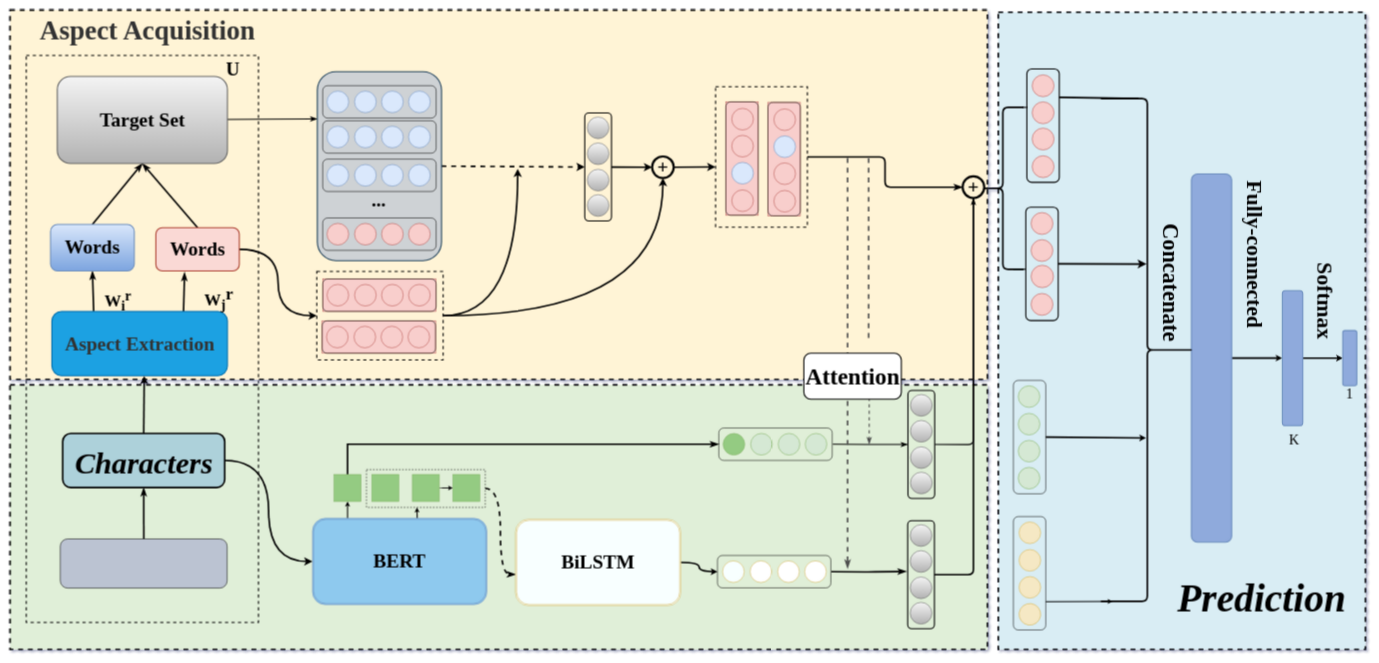
The draw.io diagram page "模型" (1 of 2) of 模型.drawio in SiMlLeSYF/new, before the edit. Source tidied: cells renumbered, new cells numbered last; positions are measured from the earlier drawing's top-left corner, leaving out a move shared by most shapes. Both pictures are drawn from the tidied source at 54%, with x=0, y=0 at pixel (10, 10).
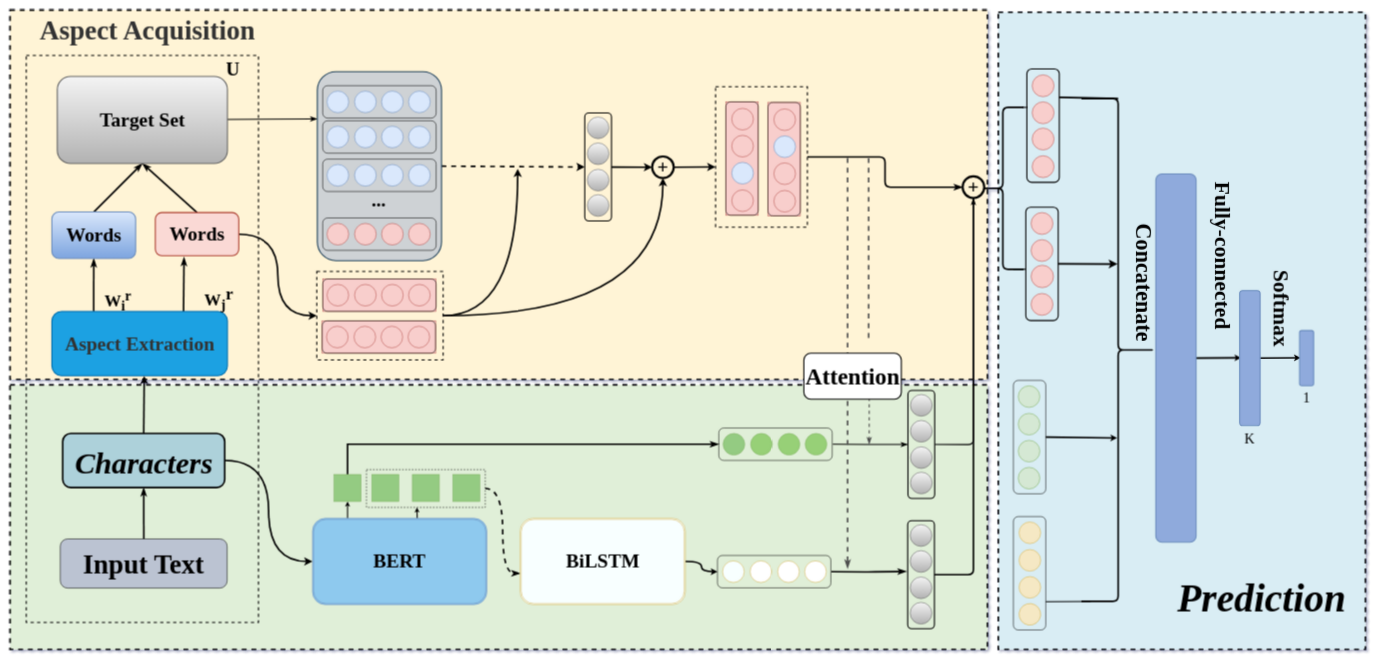
The same diagram, later.

The change refers to these unchanged cells:
```xml
<mxCell id="45" style="rounded=1;whiteSpace=wrap;html=1;fontFamily=Times New Roman;fontSize=36;strokeWidth=2;fillColor=none;strokeColor=#000000;" parent="44" vertex="1">
  <mxGeometry y="-1" width="60" height="210" as="geometry" />
</mxCell>
<mxCell id="70" style="rounded=1;whiteSpace=wrap;html=1;fontSize=24;fillColor=none;rotation=90;" parent="64" vertex="1">
  <mxGeometry x="-75" y="75" width="210" height="60" as="geometry" />
</mxCell>
<mxCell id="103" style="group;" parent="101" vertex="1">
  <mxGeometry x="8" y="10" width="191" height="40" as="geometry" />
</mxCell>
<mxCell id="149" style="rounded=0;whiteSpace=wrap;html=1;fontSize=24;fillColor=#94CB82;strokeColor=#82b366;" parent="1" vertex="1">
  <mxGeometry x="745" y="860" width="50" height="50" as="geometry" />
</mxCell>
<mxCell id="150" style="rounded=0;whiteSpace=wrap;html=1;fontSize=24;fillColor=#94CB82;strokeColor=#82b366;" parent="1" vertex="1">
  <mxGeometry x="820" y="860" width="50" height="50" as="geometry" />
</mxCell>
```

The edit, as a diff of the source:
```diff
@@
     <mxCell id="20" value="&lt;font face=&quot;Times New Roman&quot; style=&quot;font-size: 36px;&quot;&gt;&lt;b style=&quot;&quot;&gt;BiLSTM&lt;/b&gt;&lt;/font&gt;" style="shape=ext;double=1;rounded=1;whiteSpace=wrap;html=1;fillColor=#F8FFFF;strokeColor=#d6b656;" parent="1" vertex="1">
-      <mxGeometry x="936" y="942.9" width="306" height="160" as="geometry" />
+      <mxGeometry x="944.5" y="941.1" width="306" height="160" as="geometry" />
     </mxCell>
@@
     <mxCell id="32" value="&lt;b&gt;&lt;font style=&quot;font-size: 36px;&quot;&gt;Words&lt;/font&gt;&lt;/b&gt;" style="rounded=1;whiteSpace=wrap;html=1;fontFamily=Times New Roman;fontSize=24;strokeWidth=2;fillColor=#dae8fc;strokeColor=#6c8ebf;gradientColor=#7ea6e0;" parent="1" vertex="1">
-      <mxGeometry x="75" y="397" width="155" height="86" as="geometry" />
+      <mxGeometry x="77.5" y="374" width="155" height="86" as="geometry" />
     </mxCell>
@@
     <mxCell id="35" value="&lt;b&gt;&lt;font style=&quot;font-size: 36px;&quot;&gt;Words&lt;/font&gt;&lt;/b&gt;" style="rounded=1;whiteSpace=wrap;html=1;fontFamily=Times New Roman;fontSize=24;strokeWidth=2;fillColor=#fad9d5;strokeColor=#ae4132;" parent="1" vertex="1">
-      <mxGeometry x="270" y="403" width="154.5" height="80" as="geometry" />
+      <mxGeometry x="269" y="375" width="154.5" height="80" as="geometry" />
     </mxCell>
@@
-    <mxCell id="86" style="edgeStyle=none;rounded=0;sketch=0;jettySize=auto;html=1;exitX=0.5;exitY=0;exitDx=0;exitDy=0;fontFamily=Times New Roman;fontSize=26;startArrow=none;startFill=0;endArrow=classic;endFill=1;endSize=3;strokeColor=#000000;strokeWidth=3;elbow=vertical;" parent="1" edge="1" source="87" target="95">
-      <mxGeometry relative="1" as="geometry" />
+    <mxCell id="86" style="edgeStyle=none;rounded=0;sketch=0;jettySize=auto;html=1;exitX=0.5;exitY=0;exitDx=0;exitDy=0;fontFamily=Times New Roman;fontSize=26;startArrow=none;startFill=0;endArrow=classic;endFill=1;endSize=3;strokeColor=#000000;strokeWidth=3;elbow=vertical;" parent="1" edge="1" source="87">
+      <mxGeometry relative="1" as="geometry">
+        <mxPoint x="2280" y="644" as="targetPoint" />
+      </mxGeometry>
     </mxCell>
     <mxCell id="87" style="rounded=1;whiteSpace=wrap;html=1;fontFamily=Times New Roman;fontSize=26;strokeColor=#6c8ebf;strokeWidth=2;fillColor=#8FAADC;rotation=90;" parent="1" vertex="1">
-      <mxGeometry x="1884" y="607.2" width="681.9" height="74.5" as="geometry" />
+      <mxGeometry x="1818.1" y="607.2" width="681.9" height="74.5" as="geometry" />
     </mxCell>
     <mxCell id="88" style="shape=curlyBracket;whiteSpace=wrap;html=1;rounded=1;flipH=1;fontFamily=Times New Roman;fontSize=26;strokeColor=#000000;strokeWidth=3;fillColor=none;" parent="1" vertex="1">
-      <mxGeometry x="2020" y="164" width="172" height="931" as="geometry" />
+      <mxGeometry x="1984" y="164" width="136" height="931" as="geometry" />
     </mxCell>
@@
-    <mxCell id="90" style="sketch=0;jettySize=auto;html=1;fontFamily=Times New Roman;fontSize=26;startArrow=none;startFill=0;endArrow=none;endFill=0;endSize=3;strokeColor=#000000;strokeWidth=3;elbow=vertical;rounded=0;exitX=1;exitY=0.25;exitDx=0;exitDy=0;" parent="1" edge="1" source="45">
-      <mxGeometry relative="1" as="geometry">
-        <mxPoint x="2090" y="164" as="targetPoint" />
-      </mxGeometry>
+    <mxCell id="90" style="sketch=0;jettySize=auto;html=1;fontFamily=Times New Roman;fontSize=26;startArrow=none;startFill=0;endArrow=none;endFill=0;endSize=3;strokeColor=#000000;strokeWidth=3;elbow=vertical;rounded=0;exitX=1;exitY=0.25;exitDx=0;exitDy=0;entryX=0.5;entryY=0;entryDx=0;entryDy=0;" parent="1" edge="1" source="45" target="88">
+      <mxGeometry relative="1" as="geometry" />
     </mxCell>
@@
-    <mxCell id="92" style="edgeStyle=none;rounded=0;sketch=0;jettySize=auto;html=1;exitX=0.75;exitY=0;exitDx=0;exitDy=0;entryX=0.874;entryY=1;entryDx=0;entryDy=0;entryPerimeter=0;fontFamily=Times New Roman;fontSize=26;startArrow=none;startFill=0;endArrow=classic;endFill=1;endSize=3;strokeColor=#000000;strokeWidth=2;elbow=vertical;" parent="1" edge="1" source="70" target="88">
+    <mxCell id="92" style="edgeStyle=none;rounded=0;sketch=0;jettySize=auto;html=1;exitX=0.75;exitY=0;exitDx=0;exitDy=0;entryX=0.874;entryY=1;entryDx=0;entryDy=0;entryPerimeter=0;fontFamily=Times New Roman;fontSize=26;startArrow=none;startFill=0;endArrow=none;endFill=0;endSize=3;strokeColor=#000000;strokeWidth=2;elbow=vertical;" parent="1" edge="1" source="70" target="88">
       <mxGeometry relative="1" as="geometry" />
     </mxCell>
     <mxCell id="93" value="&lt;b&gt;&lt;font style=&quot;font-size: 41px;&quot;&gt;Concatenate&lt;/font&gt;&lt;/b&gt;" style="text;html=1;strokeColor=none;fillColor=none;align=center;verticalAlign=middle;whiteSpace=wrap;rounded=0;fontFamily=Times New Roman;fontSize=26;rotation=90;" parent="1" vertex="1">
-      <mxGeometry x="2120" y="490" width="60" height="30" as="geometry" />
+      <mxGeometry x="2070" y="490" width="60" height="30" as="geometry" />
     </mxCell>
-    <mxCell id="94" style="edgeStyle=none;rounded=0;sketch=0;jettySize=auto;html=1;exitX=0.5;exitY=0;exitDx=0;exitDy=0;entryX=0.5;entryY=1;entryDx=0;entryDy=0;fontFamily=Times New Roman;fontSize=26;startArrow=none;startFill=0;endArrow=classic;endFill=1;endSize=3;strokeColor=#000000;strokeWidth=3;elbow=vertical;" parent="1" edge="1" source="95" target="98">
-      <mxGeometry relative="1" as="geometry" />
+    <mxCell id="94" style="edgeStyle=none;rounded=0;sketch=0;jettySize=auto;html=1;exitX=0.5;exitY=0;exitDx=0;exitDy=0;fontFamily=Times New Roman;fontSize=26;startArrow=none;startFill=0;endArrow=classic;endFill=1;endSize=3;strokeColor=#000000;strokeWidth=3;elbow=vertical;" parent="1" edge="1" source="95">
+      <mxGeometry relative="1" as="geometry">
+        <mxPoint x="2390" y="644" as="targetPoint" />
+      </mxGeometry>
     </mxCell>
     <mxCell id="95" style="rounded=1;whiteSpace=wrap;html=1;fontFamily=Times New Roman;fontSize=26;strokeColor=#6c8ebf;strokeWidth=2;fillColor=#8FAADC;rotation=90;" parent="1" vertex="1">
-      <mxGeometry x="2250" y="625.6" width="250" height="37.8" as="geometry" />
+      <mxGeometry x="2171" y="625.6" width="250" height="37.8" as="geometry" />
     </mxCell>
     <mxCell id="96" value="&lt;b&gt;&lt;font style=&quot;font-size: 40px;&quot;&gt;Fully-connected&lt;/font&gt;&lt;/b&gt;" style="text;html=1;strokeColor=none;fillColor=none;align=center;verticalAlign=middle;whiteSpace=wrap;rounded=0;fontFamily=Times New Roman;fontSize=26;rotation=90;" parent="1" vertex="1">
-      <mxGeometry x="2150" y="399.6" width="310" height="106" as="geometry" />
+      <mxGeometry x="2090" y="402" width="310" height="106" as="geometry" />
     </mxCell>
     <mxCell id="97" value="K" style="text;html=1;strokeColor=none;fillColor=none;align=center;verticalAlign=middle;whiteSpace=wrap;rounded=0;fontFamily=Times New Roman;fontSize=26;" parent="1" vertex="1">
-      <mxGeometry x="2348" y="781" width="60" height="30" as="geometry" />
+      <mxGeometry x="2266" y="778.8" width="60" height="30" as="geometry" />
     </mxCell>
     <mxCell id="98" style="rounded=1;whiteSpace=wrap;html=1;fontFamily=Times New Roman;fontSize=26;strokeColor=#6c8ebf;strokeWidth=2;fillColor=#8FAADC;rotation=90;" parent="1" vertex="1">
-      <mxGeometry x="2430" y="631.5" width="102" height="26" as="geometry" />
+      <mxGeometry x="2350" y="631.5" width="102" height="26" as="geometry" />
     </mxCell>
     <mxCell id="99" value="&lt;b&gt;&lt;font style=&quot;font-size: 40px;&quot;&gt;Softmax&lt;/font&gt;&lt;/b&gt;" style="text;html=1;strokeColor=none;fillColor=none;align=center;verticalAlign=middle;whiteSpace=wrap;rounded=0;fontFamily=Times New Roman;fontSize=26;rotation=90;strokeWidth=3;" parent="1" vertex="1">
-      <mxGeometry x="2346" y="484" width="180" height="110" as="geometry" />
+      <mxGeometry x="2264" y="498" width="180" height="110" as="geometry" />
     </mxCell>
     <mxCell id="100" value="1" style="text;html=1;strokeColor=none;fillColor=none;align=center;verticalAlign=middle;whiteSpace=wrap;rounded=0;fontFamily=Times New Roman;fontSize=26;" parent="1" vertex="1">
-      <mxGeometry x="2451" y="696" width="60" height="30" as="geometry" />
+      <mxGeometry x="2371" y="704" width="60" height="30" as="geometry" />
     </mxCell>
@@
-    <mxCell id="105" style="ellipse;whiteSpace=wrap;html=1;fontSize=24;fillColor=#d5e8d4;strokeColor=#82b366;" parent="103" vertex="1">
+    <mxCell id="105" style="ellipse;whiteSpace=wrap;html=1;fontSize=24;fillColor=#97D077;strokeColor=#82b366;" parent="103" vertex="1">
       <mxGeometry x="51" width="40" height="40" as="geometry" />
     </mxCell>
-    <mxCell id="106" style="ellipse;whiteSpace=wrap;html=1;fontSize=24;fillColor=#d5e8d4;strokeColor=#82b366;" parent="103" vertex="1">
+    <mxCell id="106" style="ellipse;whiteSpace=wrap;html=1;fontSize=24;fillColor=#97D077;strokeColor=#82b366;" parent="103" vertex="1">
       <mxGeometry x="102" width="40" height="40" as="geometry" />
     </mxCell>
-    <mxCell id="107" style="ellipse;whiteSpace=wrap;html=1;fontSize=24;fillColor=#d5e8d4;strokeColor=#82b366;" parent="103" vertex="1">
+    <mxCell id="107" style="ellipse;whiteSpace=wrap;html=1;fontSize=24;fillColor=#97D077;strokeColor=#82b366;" parent="103" vertex="1">
       <mxGeometry x="152" width="40" height="40" as="geometry" />
     </mxCell>
@@
-    <mxCell id="148" style="edgeStyle=orthogonalEdgeStyle;rounded=0;jettySize=auto;html=1;" parent="1" edge="1" source="149" target="150">
-      <mxGeometry relative="1" as="geometry" />
-    </mxCell>
@@
-    <mxCell id="188" style="rounded=1;whiteSpace=wrap;html=1;fillColor=#BBC3D2;" parent="1" vertex="1">
+    <mxCell id="188" value="&lt;font style=&quot;font-size: 50px;&quot; face=&quot;Times New Roman&quot;&gt;&lt;b&gt;Input Text&lt;/b&gt;&lt;/font&gt;" style="rounded=1;whiteSpace=wrap;html=1;fillColor=#BBC3D2;" parent="1" vertex="1">
       <mxGeometry x="93" y="979.4" width="309" height="91" as="geometry" />
     </mxCell>
```
